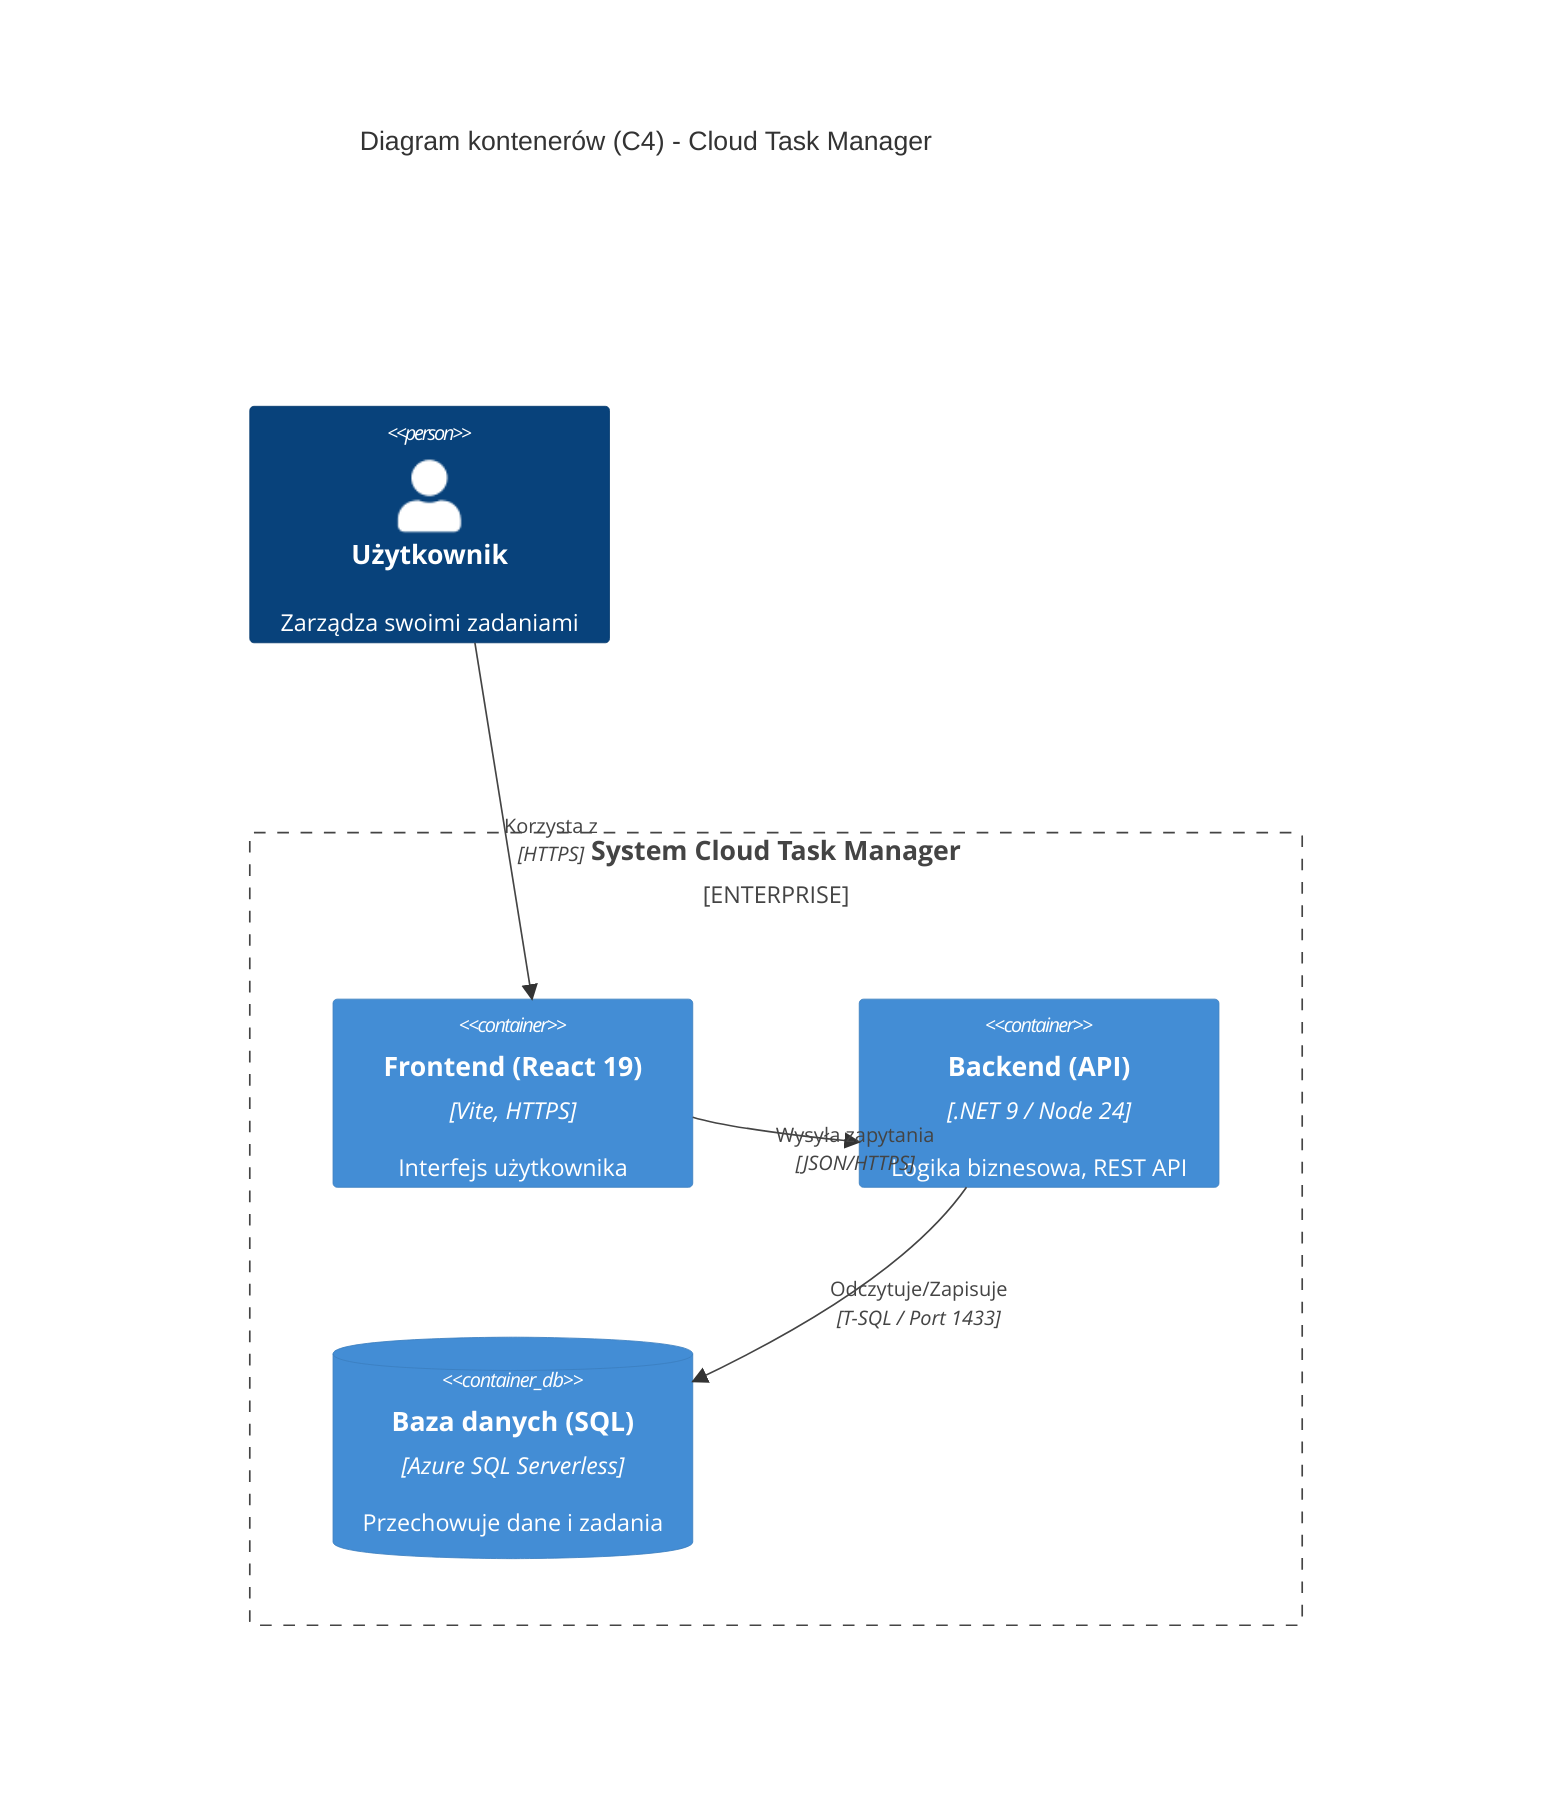
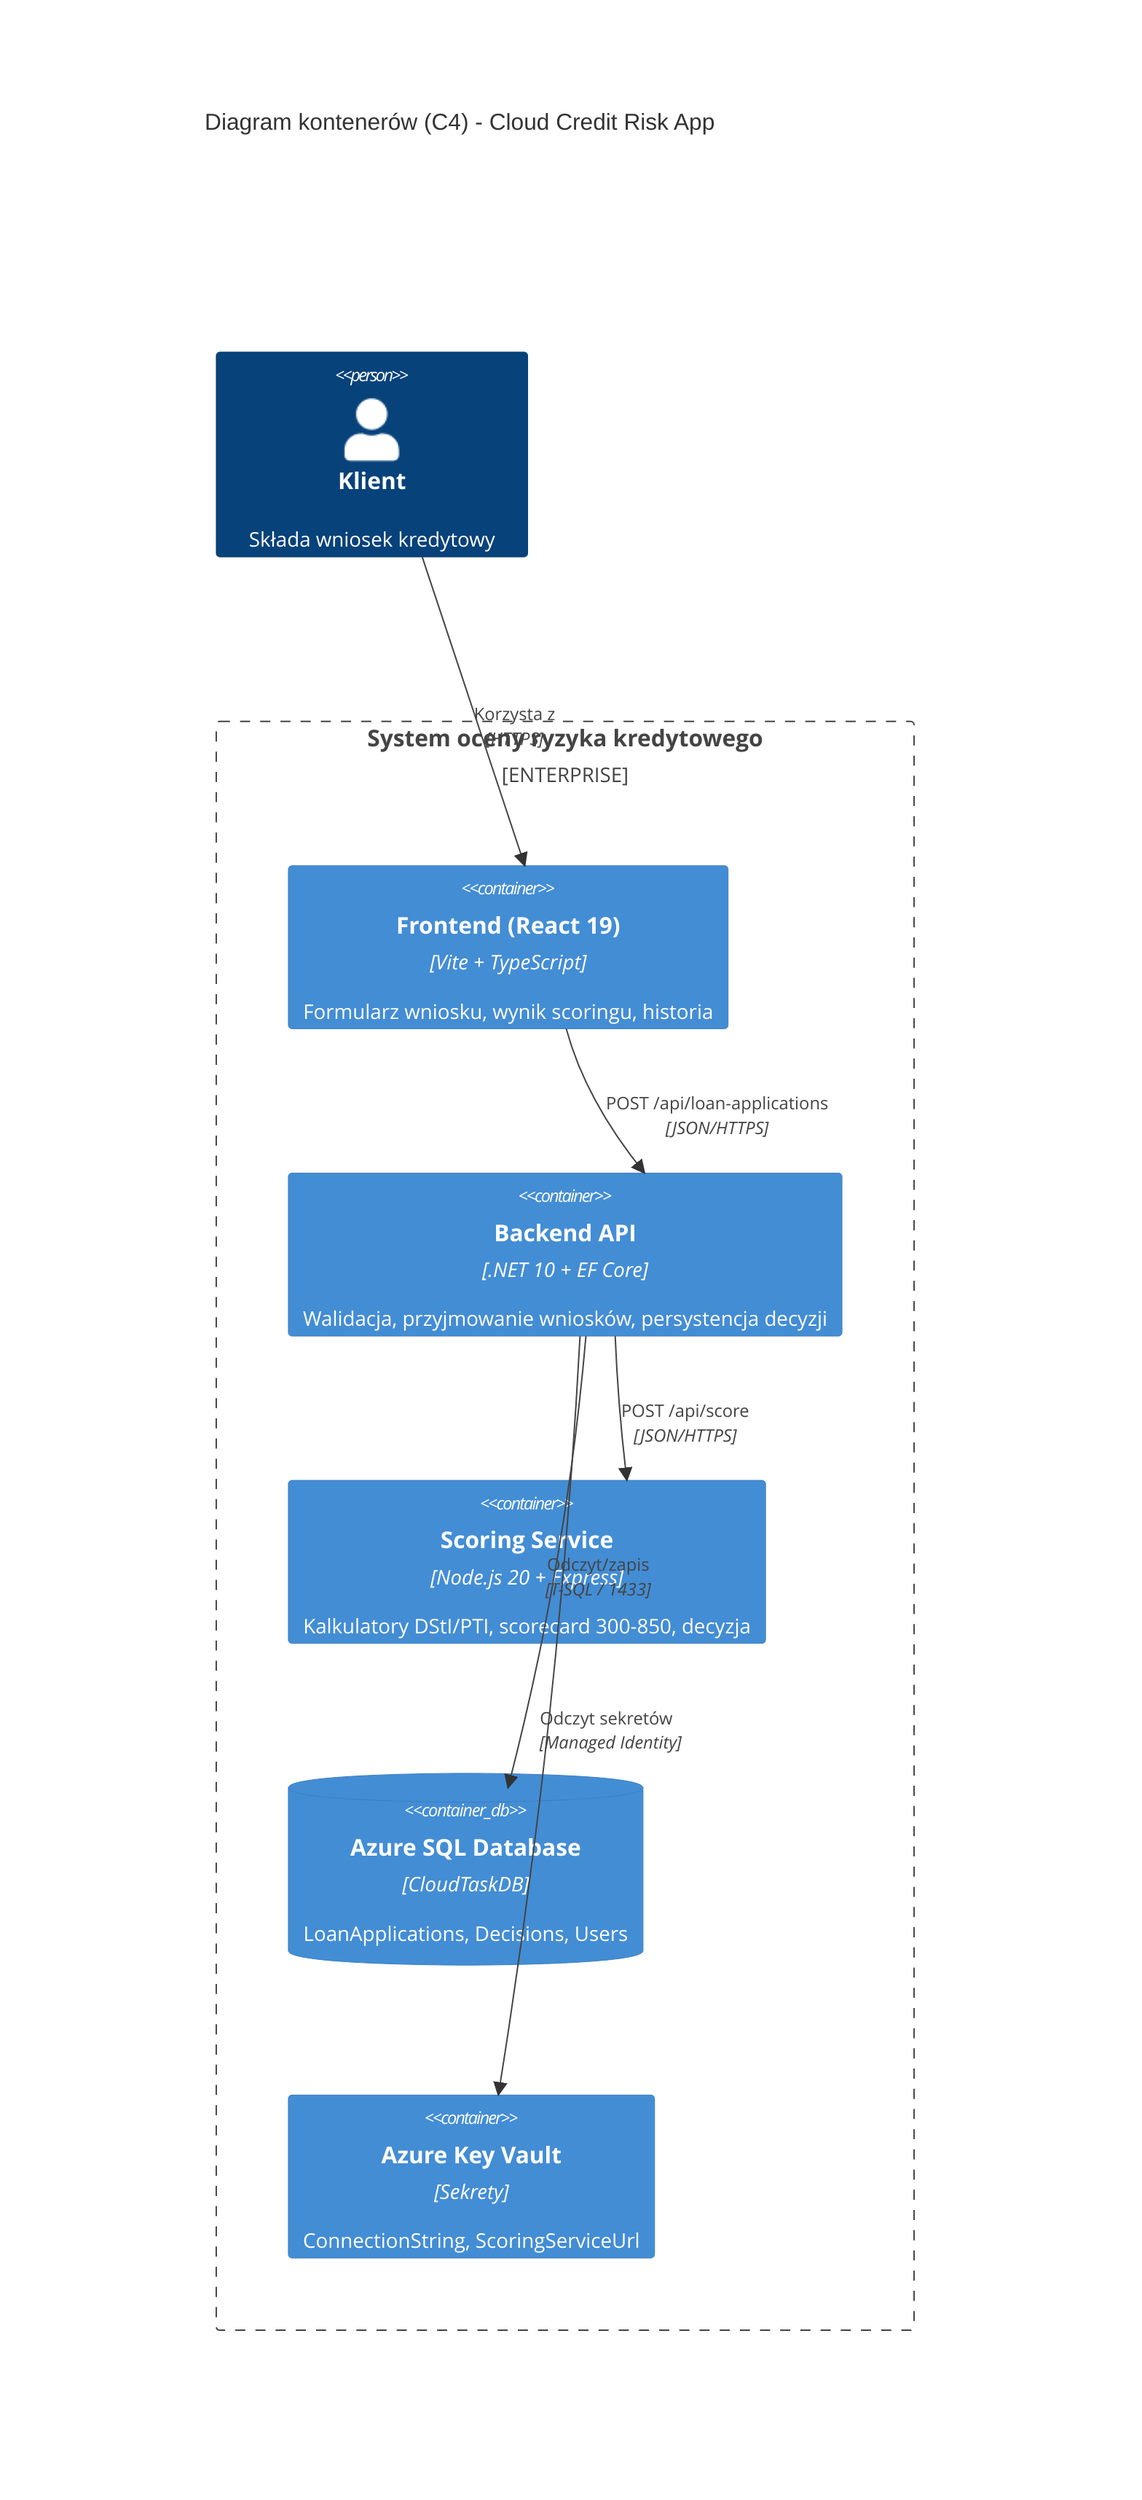
C4Context
-     title Diagram kontenerów (C4) - Cloud Task Manager
-     Person(user, "Użytkownik", "Zarządza swoimi zadaniami")
-     Enterprise_Boundary(c1, "System Cloud Task Manager") {
-         Container(web_app, "Frontend (React 19)", "Vite, HTTPS", "Interfejs użytkownika")
-         Container(api, "Backend (API)", ".NET 9 / Node 24", "Logika biznesowa, REST API")
-         ContainerDb(db, "Baza danych (SQL)", "Azure SQL Serverless", "Przechowuje dane i zadania")
+     title Diagram kontenerów (C4) - Cloud Credit Risk App
+     Person(client, "Klient", "Składa wniosek kredytowy")
+     Enterprise_Boundary(c1, "System oceny ryzyka kredytowego") {
+         Container(web_app, "Frontend (React 19)", "Vite + TypeScript", "Formularz wniosku, wynik scoringu, historia")
+         Container(api, "Backend API", ".NET 10 + EF Core", "Walidacja, przyjmowanie wniosków, persystencja decyzji")
+         Container(scoring, "Scoring Service", "Node.js 20 + Express", "Kalkulatory DStI/PTI, scorecard 300-850, decyzja")
+         ContainerDb(db, "Azure SQL Database", "CloudTaskDB", "LoanApplications, Decisions, Users")
+         Container(kv, "Azure Key Vault", "Sekrety", "ConnectionString, ScoringServiceUrl")
    }
-     Rel(user, web_app, "Korzysta z", "HTTPS")
-     Rel(web_app, api, "Wysyła zapytania", "JSON/HTTPS")
-     Rel(api, db, "Odczytuje/Zapisuje", "T-SQL / Port 1433")
+     Rel(client, web_app, "Korzysta z", "HTTPS")
+     Rel(web_app, api, "POST /api/loan-applications", "JSON/HTTPS")
+     Rel(api, scoring, "POST /api/score", "JSON/HTTPS")
+     Rel(api, db, "Odczyt/zapis", "T-SQL / 1433")
+     Rel(api, kv, "Odczyt sekretów", "Managed Identity")
